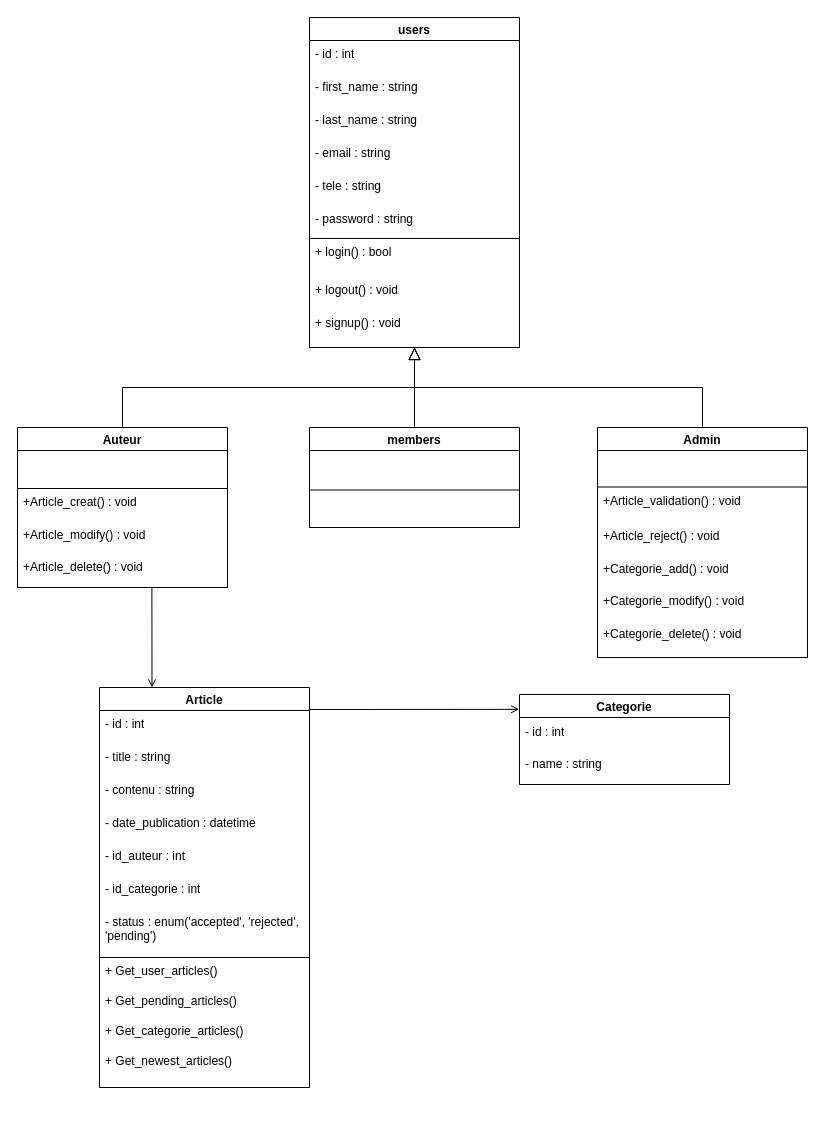
Abderrahman-Ahouari/brief-9-culture-sharing-platform keeps this draw.io diagram as UML/diagram_de_classe.drawio. Above is the earlier version. Source tidied: cells renumbered, new cells numbered last; positions are measured from the earlier drawing's top-left corner, leaving out a move shared by most shapes. Both pictures are drawn from the tidied source at 100%, with x=0, y=0 at pixel (17, 17).
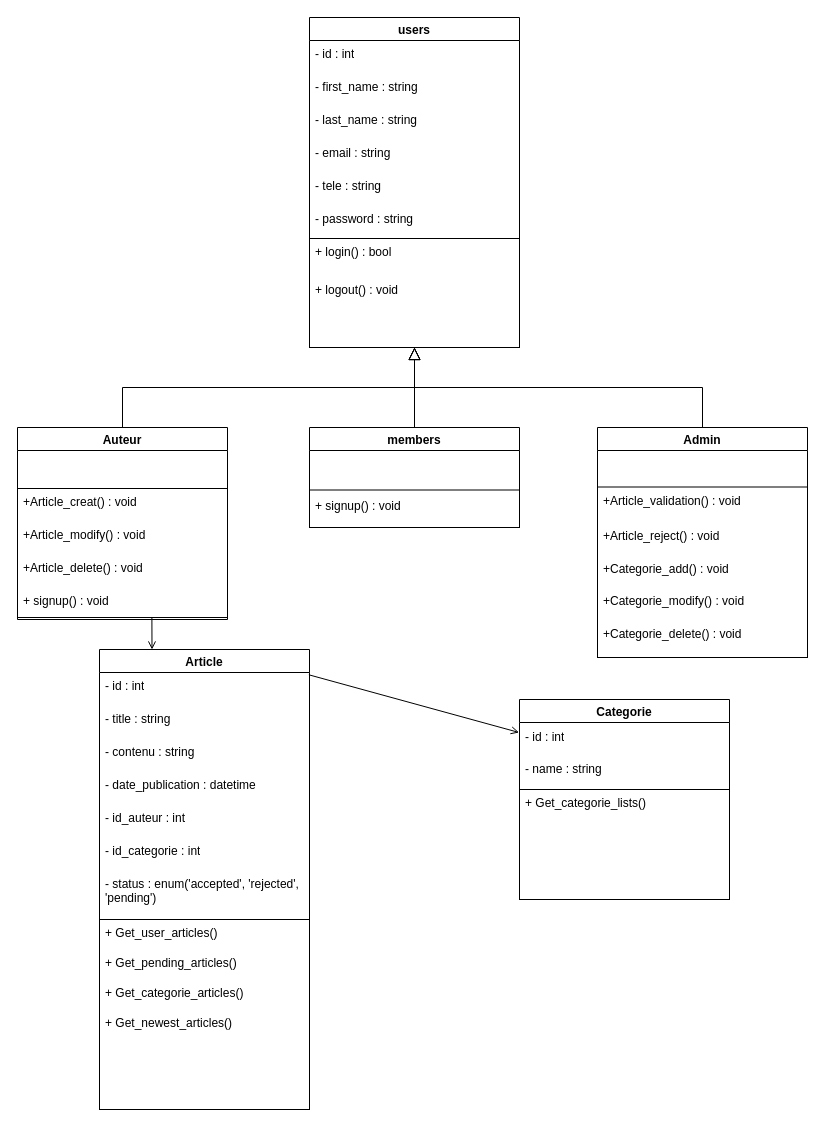
The same diagram, later.

The change refers to these unchanged cells:
```xml
<mxCell id="2" value="users" style="swimlane;" parent="1" vertex="1">
  <mxGeometry x="292" width="210" height="330" as="geometry" />
</mxCell>
<mxCell id="20" value="members" style="swimlane;" parent="1" vertex="1">
  <mxGeometry x="292" y="410" width="210" height="100" as="geometry" />
</mxCell>
```

The edit, as a diff of the source:
```diff
@@
-    <mxCell id="12" value="+ signup() : void" style="text;strokeColor=none;fillColor=none;align=left;verticalAlign=top;spacingLeft=4;spacingRight=4;overflow=hidden;whiteSpace=wrap;html=1;" parent="2" vertex="1">
-      <mxGeometry y="292" width="210" height="33" as="geometry" />
-    </mxCell>
@@
+    <mxCell id="12" value="+ signup() : void" style="text;strokeColor=none;fillColor=none;align=left;verticalAlign=top;spacingLeft=4;spacingRight=4;overflow=hidden;whiteSpace=wrap;html=1;" parent="20" vertex="1">
+      <mxGeometry y="64.8" width="210" height="33" as="geometry" />
+    </mxCell>
     <mxCell id="22" value="Auteur" style="swimlane;" parent="1" vertex="1">
-      <mxGeometry y="410" width="210" height="160" as="geometry" />
+      <mxGeometry y="410" width="210" height="192" as="geometry" />
     </mxCell>
     <mxCell id="23" style="rounded=0;whiteSpace=wrap;html=1;fillColor=none;" parent="22" vertex="1">
-      <mxGeometry y="61" width="210" height="99" as="geometry" />
+      <mxGeometry y="61" width="210" height="129" as="geometry" />
     </mxCell>
@@
     <mxCell id="26" value="+Article_delete() : void" style="text;strokeColor=none;fillColor=none;align=left;verticalAlign=top;spacingLeft=4;spacingRight=4;overflow=hidden;whiteSpace=wrap;html=1;" parent="22" vertex="1">
-      <mxGeometry y="126" width="210" height="32.5" as="geometry" />
+      <mxGeometry y="127" width="210" height="32.5" as="geometry" />
     </mxCell>
+    <mxCell id="48" value="+ signup() : void" style="text;strokeColor=none;fillColor=none;align=left;verticalAlign=top;spacingLeft=4;spacingRight=4;overflow=hidden;whiteSpace=wrap;html=1;" parent="22" vertex="1">
+      <mxGeometry y="159.5" width="210" height="33" as="geometry" />
+    </mxCell>
     <mxCell id="27" value="Article" style="swimlane;" parent="1" vertex="1">
-      <mxGeometry x="82" y="670" width="210" height="400" as="geometry" />
+      <mxGeometry x="82" y="632" width="210" height="460" as="geometry" />
     </mxCell>
@@
     <mxCell id="35" style="rounded=0;whiteSpace=wrap;html=1;fillColor=none;" parent="27" vertex="1">
-      <mxGeometry y="270" width="210" height="130" as="geometry" />
+      <mxGeometry y="270" width="210" height="190" as="geometry" />
     </mxCell>
@@
     <mxCell id="40" value="Categorie" style="swimlane;" parent="1" vertex="1">
-      <mxGeometry x="502" y="677" width="210" height="90" as="geometry" />
+      <mxGeometry x="502" y="682" width="210" height="200" as="geometry" />
     </mxCell>
@@
+    <mxCell id="49" style="rounded=0;whiteSpace=wrap;html=1;fillColor=none;" parent="40" vertex="1">
+      <mxGeometry y="90" width="210" height="110" as="geometry" />
+    </mxCell>
+    <mxCell id="50" value="+ Get_categorie_lists()" style="text;strokeColor=none;fillColor=none;align=left;verticalAlign=top;spacingLeft=4;spacingRight=4;overflow=hidden;whiteSpace=wrap;html=1;" parent="40" vertex="1">
+      <mxGeometry y="90" width="210" height="30" as="geometry" />
+    </mxCell>
```
